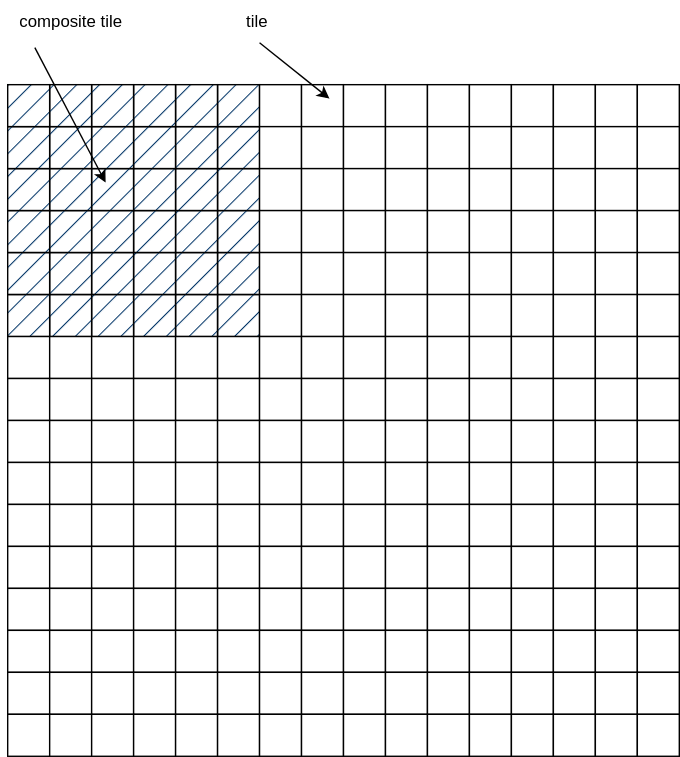
Above: docs/intro/images/tiles.drawio.svg in joda01/imagec-doc (draw.io), before the change. Source tidied: cells renumbered, new cells last; positions are measured from the earlier drawing's top-left corner, leaving out a move shared by most shapes.
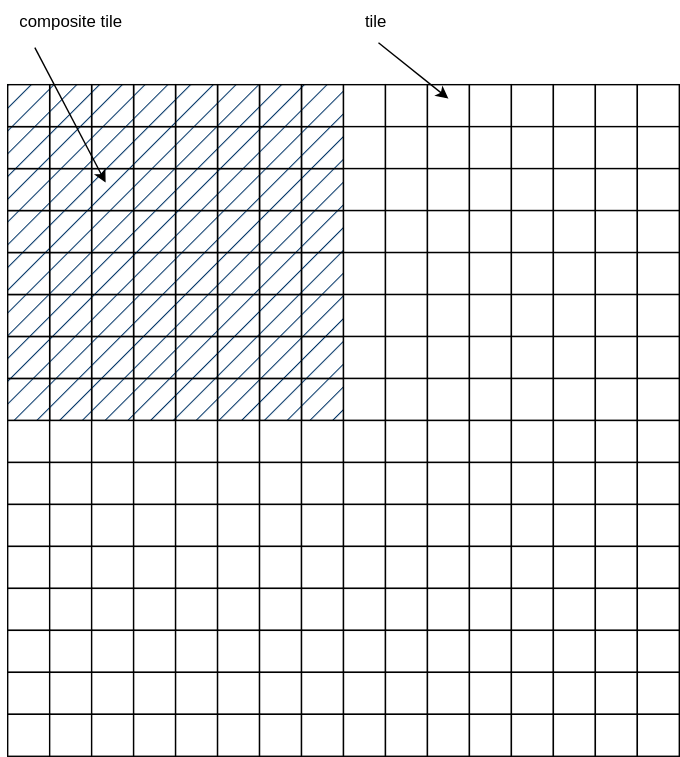
The same file after the commit.

The edit, as a diff of the source:
```diff
@@ -20,10 +20,10 @@
     <mxCell id="7" style="whiteSpace=wrap;html=1;gradientColor=none;fillStyle=hatch;fillColor=#003366;" parent="1" vertex="1">
       <mxGeometry x="155" y="60" width="30" height="30" as="geometry" />
     </mxCell>
-    <mxCell id="8" style="whiteSpace=wrap;html=1;" parent="1" vertex="1">
+    <mxCell id="8" style="whiteSpace=wrap;html=1;fillStyle=hatch;fillColor=#003366;" parent="1" vertex="1">
       <mxGeometry x="185" y="60" width="30" height="30" as="geometry" />
     </mxCell>
-    <mxCell id="9" style="whiteSpace=wrap;html=1;" parent="1" vertex="1">
+    <mxCell id="9" style="whiteSpace=wrap;html=1;fillStyle=hatch;fillColor=#003366;" parent="1" vertex="1">
       <mxGeometry x="215" y="60" width="30" height="30" as="geometry" />
     </mxCell>
     <mxCell id="10" style="whiteSpace=wrap;html=1;" parent="1" vertex="1">
@@ -68,10 +68,10 @@
     <mxCell id="23" style="whiteSpace=wrap;html=1;gradientColor=none;fillStyle=hatch;fillColor=#003366;" parent="1" vertex="1">
       <mxGeometry x="155" y="90" width="30" height="30" as="geometry" />
     </mxCell>
-    <mxCell id="24" style="whiteSpace=wrap;html=1;" parent="1" vertex="1">
+    <mxCell id="24" style="whiteSpace=wrap;html=1;fillStyle=hatch;fillColor=#003366;" parent="1" vertex="1">
       <mxGeometry x="185" y="90" width="30" height="30" as="geometry" />
     </mxCell>
-    <mxCell id="25" style="whiteSpace=wrap;html=1;" parent="1" vertex="1">
+    <mxCell id="25" style="whiteSpace=wrap;html=1;fillStyle=hatch;fillColor=#003366;" parent="1" vertex="1">
       <mxGeometry x="215" y="90" width="30" height="30" as="geometry" />
     </mxCell>
     <mxCell id="26" style="whiteSpace=wrap;html=1;" parent="1" vertex="1">
@@ -116,10 +116,10 @@
     <mxCell id="39" style="whiteSpace=wrap;html=1;gradientColor=none;fillStyle=hatch;fillColor=#003366;" parent="1" vertex="1">
       <mxGeometry x="155" y="120" width="30" height="30" as="geometry" />
     </mxCell>
-    <mxCell id="40" style="whiteSpace=wrap;html=1;" parent="1" vertex="1">
+    <mxCell id="40" style="whiteSpace=wrap;html=1;fillStyle=hatch;fillColor=#003366;" parent="1" vertex="1">
       <mxGeometry x="185" y="120" width="30" height="30" as="geometry" />
     </mxCell>
-    <mxCell id="41" style="whiteSpace=wrap;html=1;" parent="1" vertex="1">
+    <mxCell id="41" style="whiteSpace=wrap;html=1;fillStyle=hatch;fillColor=#003366;" parent="1" vertex="1">
       <mxGeometry x="215" y="120" width="30" height="30" as="geometry" />
     </mxCell>
     <mxCell id="42" style="whiteSpace=wrap;html=1;" parent="1" vertex="1">
@@ -164,10 +164,10 @@
     <mxCell id="55" style="whiteSpace=wrap;html=1;gradientColor=none;fillStyle=hatch;fillColor=#003366;" parent="1" vertex="1">
       <mxGeometry x="155" y="150" width="30" height="30" as="geometry" />
     </mxCell>
-    <mxCell id="56" style="whiteSpace=wrap;html=1;" parent="1" vertex="1">
+    <mxCell id="56" style="whiteSpace=wrap;html=1;fillStyle=hatch;fillColor=#003366;" parent="1" vertex="1">
       <mxGeometry x="185" y="150" width="30" height="30" as="geometry" />
     </mxCell>
-    <mxCell id="57" style="whiteSpace=wrap;html=1;" parent="1" vertex="1">
+    <mxCell id="57" style="whiteSpace=wrap;html=1;fillStyle=hatch;fillColor=#003366;" parent="1" vertex="1">
       <mxGeometry x="215" y="150" width="30" height="30" as="geometry" />
     </mxCell>
     <mxCell id="58" style="whiteSpace=wrap;html=1;" parent="1" vertex="1">
@@ -212,10 +212,10 @@
     <mxCell id="71" style="whiteSpace=wrap;html=1;gradientColor=none;fillStyle=hatch;fillColor=#003366;" parent="1" vertex="1">
       <mxGeometry x="155" y="180" width="30" height="30" as="geometry" />
     </mxCell>
-    <mxCell id="72" style="whiteSpace=wrap;html=1;" parent="1" vertex="1">
+    <mxCell id="72" style="whiteSpace=wrap;html=1;fillStyle=hatch;fillColor=#003366;" parent="1" vertex="1">
       <mxGeometry x="185" y="180" width="30" height="30" as="geometry" />
     </mxCell>
-    <mxCell id="73" style="whiteSpace=wrap;html=1;" parent="1" vertex="1">
+    <mxCell id="73" style="whiteSpace=wrap;html=1;fillStyle=hatch;fillColor=#003366;" parent="1" vertex="1">
       <mxGeometry x="215" y="180" width="30" height="30" as="geometry" />
     </mxCell>
     <mxCell id="74" style="whiteSpace=wrap;html=1;" parent="1" vertex="1">
@@ -260,10 +260,10 @@
     <mxCell id="87" style="whiteSpace=wrap;html=1;gradientColor=none;fillStyle=hatch;fillColor=#003366;" parent="1" vertex="1">
       <mxGeometry x="155" y="210" width="30" height="30" as="geometry" />
     </mxCell>
-    <mxCell id="88" style="whiteSpace=wrap;html=1;" parent="1" vertex="1">
+    <mxCell id="88" style="whiteSpace=wrap;html=1;fillStyle=hatch;fillColor=#003366;" parent="1" vertex="1">
       <mxGeometry x="185" y="210" width="30" height="30" as="geometry" />
     </mxCell>
-    <mxCell id="89" style="whiteSpace=wrap;html=1;" parent="1" vertex="1">
+    <mxCell id="89" style="whiteSpace=wrap;html=1;fillStyle=hatch;fillColor=#003366;" parent="1" vertex="1">
       <mxGeometry x="215" y="210" width="30" height="30" as="geometry" />
     </mxCell>
     <mxCell id="90" style="whiteSpace=wrap;html=1;" parent="1" vertex="1">
@@ -290,28 +290,28 @@
     <mxCell id="97" style="whiteSpace=wrap;html=1;" parent="1" vertex="1">
       <mxGeometry x="455" y="210" width="30" height="30" as="geometry" />
     </mxCell>
-    <mxCell id="98" style="whiteSpace=wrap;html=1;" parent="1" vertex="1">
+    <mxCell id="98" style="whiteSpace=wrap;html=1;fillColor=#003366;fillStyle=hatch;" parent="1" vertex="1">
       <mxGeometry x="5" y="240" width="30" height="30" as="geometry" />
     </mxCell>
-    <mxCell id="99" style="whiteSpace=wrap;html=1;" parent="1" vertex="1">
+    <mxCell id="99" style="whiteSpace=wrap;html=1;fillColor=#003366;fillStyle=hatch;" parent="1" vertex="1">
       <mxGeometry x="35" y="240" width="30" height="30" as="geometry" />
     </mxCell>
-    <mxCell id="100" style="whiteSpace=wrap;html=1;" parent="1" vertex="1">
+    <mxCell id="100" style="whiteSpace=wrap;html=1;fillColor=#003366;fillStyle=hatch;" parent="1" vertex="1">
       <mxGeometry x="65" y="240" width="30" height="30" as="geometry" />
     </mxCell>
-    <mxCell id="101" style="whiteSpace=wrap;html=1;" parent="1" vertex="1">
+    <mxCell id="101" style="whiteSpace=wrap;html=1;fillColor=#003366;fillStyle=hatch;" parent="1" vertex="1">
       <mxGeometry x="95" y="240" width="30" height="30" as="geometry" />
     </mxCell>
-    <mxCell id="102" style="whiteSpace=wrap;html=1;" parent="1" vertex="1">
+    <mxCell id="102" style="whiteSpace=wrap;html=1;fillColor=#003366;fillStyle=hatch;" parent="1" vertex="1">
       <mxGeometry x="125" y="240" width="30" height="30" as="geometry" />
     </mxCell>
-    <mxCell id="103" style="whiteSpace=wrap;html=1;" parent="1" vertex="1">
+    <mxCell id="103" style="whiteSpace=wrap;html=1;fillColor=#003366;fillStyle=hatch;" parent="1" vertex="1">
       <mxGeometry x="155" y="240" width="30" height="30" as="geometry" />
     </mxCell>
-    <mxCell id="104" style="whiteSpace=wrap;html=1;" parent="1" vertex="1">
+    <mxCell id="104" style="whiteSpace=wrap;html=1;fillStyle=hatch;fillColor=#003366;" parent="1" vertex="1">
       <mxGeometry x="185" y="240" width="30" height="30" as="geometry" />
     </mxCell>
-    <mxCell id="105" style="whiteSpace=wrap;html=1;" parent="1" vertex="1">
+    <mxCell id="105" style="whiteSpace=wrap;html=1;fillStyle=hatch;fillColor=#003366;" parent="1" vertex="1">
       <mxGeometry x="215" y="240" width="30" height="30" as="geometry" />
     </mxCell>
     <mxCell id="106" style="whiteSpace=wrap;html=1;" parent="1" vertex="1">
@@ -338,28 +338,28 @@
     <mxCell id="113" style="whiteSpace=wrap;html=1;" parent="1" vertex="1">
       <mxGeometry x="455" y="240" width="30" height="30" as="geometry" />
     </mxCell>
-    <mxCell id="114" style="whiteSpace=wrap;html=1;" parent="1" vertex="1">
+    <mxCell id="114" style="whiteSpace=wrap;html=1;fillColor=#003366;fillStyle=hatch;" parent="1" vertex="1">
       <mxGeometry x="5" y="270" width="30" height="30" as="geometry" />
     </mxCell>
-    <mxCell id="115" style="whiteSpace=wrap;html=1;" parent="1" vertex="1">
+    <mxCell id="115" style="whiteSpace=wrap;html=1;fillColor=#003366;fillStyle=hatch;" parent="1" vertex="1">
       <mxGeometry x="35" y="270" width="30" height="30" as="geometry" />
     </mxCell>
-    <mxCell id="116" style="whiteSpace=wrap;html=1;" parent="1" vertex="1">
+    <mxCell id="116" style="whiteSpace=wrap;html=1;fillColor=#003366;fillStyle=hatch;" parent="1" vertex="1">
       <mxGeometry x="65" y="270" width="30" height="30" as="geometry" />
     </mxCell>
-    <mxCell id="117" style="whiteSpace=wrap;html=1;" parent="1" vertex="1">
+    <mxCell id="117" style="whiteSpace=wrap;html=1;fillColor=#003366;fillStyle=hatch;" parent="1" vertex="1">
       <mxGeometry x="95" y="270" width="30" height="30" as="geometry" />
     </mxCell>
-    <mxCell id="118" style="whiteSpace=wrap;html=1;" parent="1" vertex="1">
+    <mxCell id="118" style="whiteSpace=wrap;html=1;fillColor=#003366;fillStyle=hatch;" parent="1" vertex="1">
       <mxGeometry x="125" y="270" width="30" height="30" as="geometry" />
     </mxCell>
-    <mxCell id="119" style="whiteSpace=wrap;html=1;" parent="1" vertex="1">
+    <mxCell id="119" style="whiteSpace=wrap;html=1;fillColor=#003366;fillStyle=hatch;" parent="1" vertex="1">
       <mxGeometry x="155" y="270" width="30" height="30" as="geometry" />
     </mxCell>
-    <mxCell id="120" style="whiteSpace=wrap;html=1;" parent="1" vertex="1">
+    <mxCell id="120" style="whiteSpace=wrap;html=1;fillStyle=hatch;fillColor=#003366;" parent="1" vertex="1">
       <mxGeometry x="185" y="270" width="30" height="30" as="geometry" />
     </mxCell>
-    <mxCell id="121" style="whiteSpace=wrap;html=1;" parent="1" vertex="1">
+    <mxCell id="121" style="whiteSpace=wrap;html=1;fillStyle=hatch;fillColor=#003366;" parent="1" vertex="1">
       <mxGeometry x="215" y="270" width="30" height="30" as="geometry" />
     </mxCell>
     <mxCell id="122" style="whiteSpace=wrap;html=1;" parent="1" vertex="1">
@@ -774,12 +774,12 @@
       <mxGeometry width="100" height="30" as="geometry" />
     </mxCell>
     <mxCell id="259" value="tile" style="text;html=1;align=center;verticalAlign=middle;strokeColor=none;fillColor=none;fillStyle=hatch;" parent="1" vertex="1">
-      <mxGeometry x="163" width="40" height="30" as="geometry" />
+      <mxGeometry x="248" width="40" height="30" as="geometry" />
     </mxCell>
     <mxCell id="260" style="endArrow=classic;html=1;" parent="1" edge="1">
       <mxGeometry relative="1" as="geometry">
-        <mxPoint x="185" y="30" as="sourcePoint" />
-        <mxPoint x="235" y="70" as="targetPoint" />
+        <mxPoint x="270" y="30" as="sourcePoint" />
+        <mxPoint x="320" y="70" as="targetPoint" />
       </mxGeometry>
     </mxCell>
     <mxCell id="261" style="endArrow=classic;html=1;exitX=0.244;exitY=1.116;exitDx=0;exitDy=0;exitPerimeter=0;" parent="1" edge="1" source="258">
```
